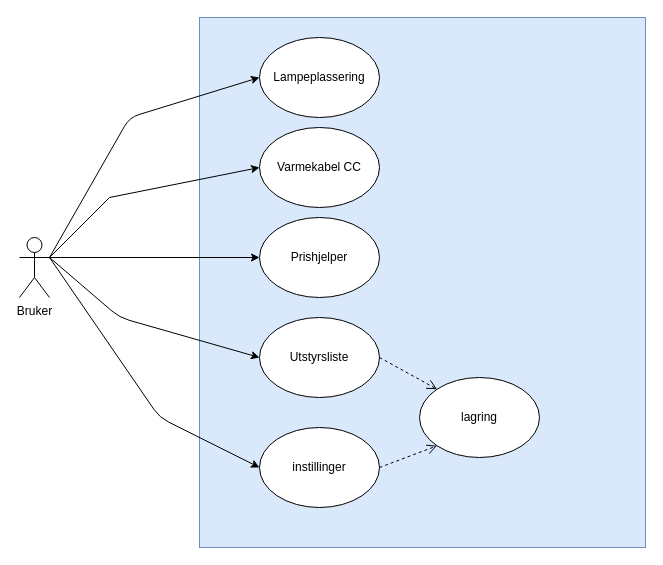
Earlier version of the draw.io diagram use_case.drawio (Tzzapp/Tzzapp-Drawings). Source tidied: cells renumbered, new cells numbered last; positions are measured from the earlier drawing's top-left corner, leaving out a move shared by most shapes. Both pictures are drawn from the tidied source at 100%, with x=0, y=0 at pixel (19, 17).
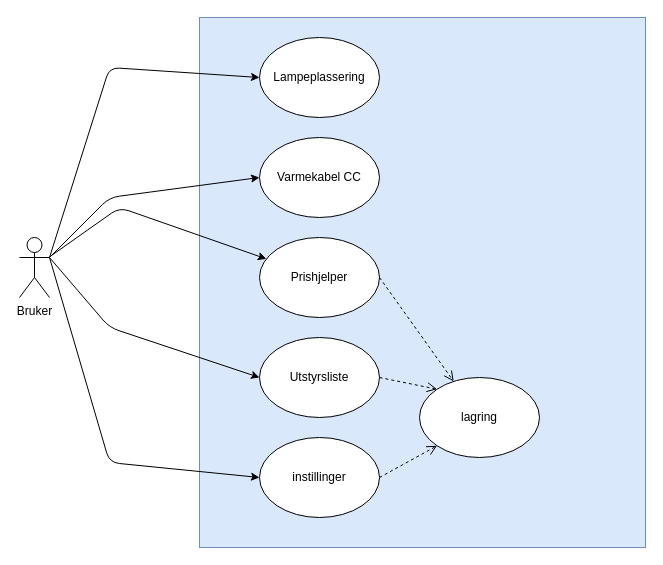
The same page after the edit.

Unchanged cells that the change refers to:
```xml
<mxCell id="2" value="Bruker" style="shape=umlActor;verticalLabelPosition=bottom;labelBackgroundColor=#ffffff;verticalAlign=top;html=1;outlineConnect=0;" parent="1" vertex="1">
  <mxGeometry y="220" width="30" height="60" as="geometry" />
</mxCell>
<mxCell id="4" value="Lampeplassering" style="ellipse;whiteSpace=wrap;html=1;" parent="1" vertex="1">
  <mxGeometry x="240" y="20" width="120" height="80" as="geometry" />
</mxCell>
<mxCell id="12" value="lagring" style="ellipse;whiteSpace=wrap;html=1;" parent="1" vertex="1">
  <mxGeometry x="400" y="360" width="120" height="80" as="geometry" />
</mxCell>
```

Change to the diagram source:
```diff
@@
     <mxCell id="5" value="Varmekabel CC" style="ellipse;whiteSpace=wrap;html=1;" parent="1" vertex="1">
-      <mxGeometry x="240" y="110" width="120" height="80" as="geometry" />
+      <mxGeometry x="240" y="120" width="120" height="80" as="geometry" />
     </mxCell>
     <mxCell id="6" value="Utstyrsliste" style="ellipse;whiteSpace=wrap;html=1;" parent="1" vertex="1">
-      <mxGeometry x="240" y="300" width="120" height="80" as="geometry" />
+      <mxGeometry x="240" y="320" width="120" height="80" as="geometry" />
     </mxCell>
     <mxCell id="7" value="instillinger" style="ellipse;whiteSpace=wrap;html=1;" parent="1" vertex="1">
-      <mxGeometry x="240" y="410" width="120" height="80" as="geometry" />
+      <mxGeometry x="240" y="420" width="120" height="80" as="geometry" />
     </mxCell>
     <mxCell id="8" style="endArrow=classic;html=1;exitX=1;exitY=0.3333333333333333;exitDx=0;exitDy=0;exitPerimeter=0;entryX=0;entryY=0.5;entryDx=0;entryDy=0;" parent="1" edge="1" source="2" target="4">
       <mxGeometry relative="1" as="geometry">
         <Array as="points">
-          <mxPoint x="110" y="100" />
+          <mxPoint x="90" y="50" />
         </Array>
       </mxGeometry>
     </mxCell>
-    <mxCell id="9" style="endArrow=classic;html=1;exitX=1;exitY=0.3333333333333333;exitDx=0;exitDy=0;exitPerimeter=0;entryX=0;entryY=0.5;entryDx=0;entryDy=0;rounded=0;strokeColor=#000000;" parent="1" edge="1" source="2" target="5">
+    <mxCell id="9" style="endArrow=classic;html=1;exitX=1;exitY=0.3333333333333333;exitDx=0;exitDy=0;exitPerimeter=0;entryX=0;entryY=0.5;entryDx=0;entryDy=0;" parent="1" edge="1" source="2" target="5">
       <mxGeometry relative="1" as="geometry">
         <Array as="points">
           <mxPoint x="90" y="180" />
         </Array>
       </mxGeometry>
     </mxCell>
     <mxCell id="10" style="endArrow=classic;html=1;entryX=0;entryY=0.5;entryDx=0;entryDy=0;exitX=1;exitY=0.3333333333333333;exitDx=0;exitDy=0;exitPerimeter=0;" parent="1" edge="1" source="2" target="6">
       <mxGeometry relative="1" as="geometry">
         <Array as="points">
-          <mxPoint x="100" y="300" />
+          <mxPoint x="90" y="310" />
         </Array>
       </mxGeometry>
     </mxCell>
     <mxCell id="11" style="endArrow=classic;html=1;exitX=1;exitY=0.3333333333333333;exitDx=0;exitDy=0;exitPerimeter=0;entryX=0;entryY=0.5;entryDx=0;entryDy=0;" parent="1" edge="1" source="2" target="7">
       <mxGeometry relative="1" as="geometry">
         <Array as="points">
-          <mxPoint x="140" y="400" />
+          <mxPoint x="90" y="445" />
         </Array>
       </mxGeometry>
     </mxCell>
@@
     <mxCell id="15" value="Prishjelper" style="ellipse;whiteSpace=wrap;html=1;" parent="1" vertex="1">
-      <mxGeometry x="240" y="200" width="120" height="80" as="geometry" />
+      <mxGeometry x="240" y="220" width="120" height="80" as="geometry" />
     </mxCell>
-    <mxCell id="16" style="endArrow=classic;html=1;rounded=0;strokeColor=#000000;exitX=1;exitY=0.3333333333333333;exitDx=0;exitDy=0;exitPerimeter=0;" parent="1" edge="1" source="2" target="15">
-      <mxGeometry relative="1" as="geometry" />
+    <mxCell id="16" style="endArrow=classic;html=1;" parent="1" edge="1" source="2" target="15">
+      <mxGeometry relative="1" as="geometry">
+        <Array as="points">
+          <mxPoint x="100" y="190" />
+        </Array>
+      </mxGeometry>
     </mxCell>
+    <mxCell id="17" style="html=1;verticalAlign=bottom;endArrow=open;dashed=1;endSize=8;exitX=1;exitY=0.5;exitDx=0;exitDy=0;" parent="1" edge="1" source="15" target="12">
+      <mxGeometry x="-1" y="-195" relative="1" as="geometry">
+        <mxPoint x="-44" y="20" as="offset" />
+      </mxGeometry>
+    </mxCell>
```
